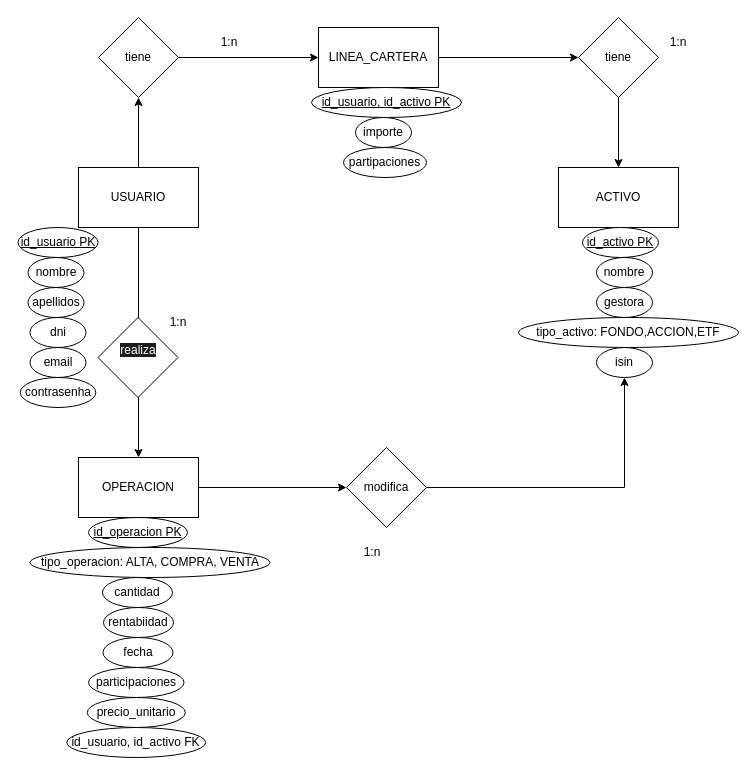
Before: Fund_Tracker_Project.drawio in adriaguadog/THE_FUND_TRACKER_PROJECT, a draw.io diagram. Source tidied: cells renumbered, new cells numbered last; positions are measured from the earlier drawing's top-left corner, leaving out a move shared by most shapes. Both pictures are drawn from the tidied source at 100%, with x=0, y=0 at pixel (18, 17).
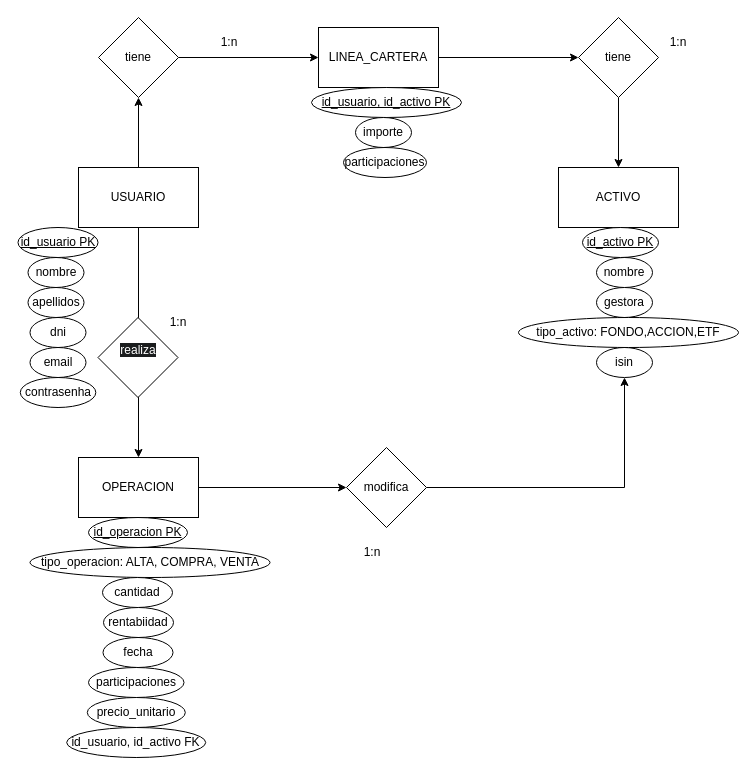
The same page after the edit.

Diff of the diagram source:
```diff
@@
-    <mxCell id="42" value="partipaciones" style="ellipse;whiteSpace=wrap;html=1;" parent="1" vertex="1">
+    <mxCell id="42" value="participaciones" style="ellipse;whiteSpace=wrap;html=1;" parent="1" vertex="1">
       <mxGeometry x="325" y="130" width="83" height="30" as="geometry" />
     </mxCell>
```
